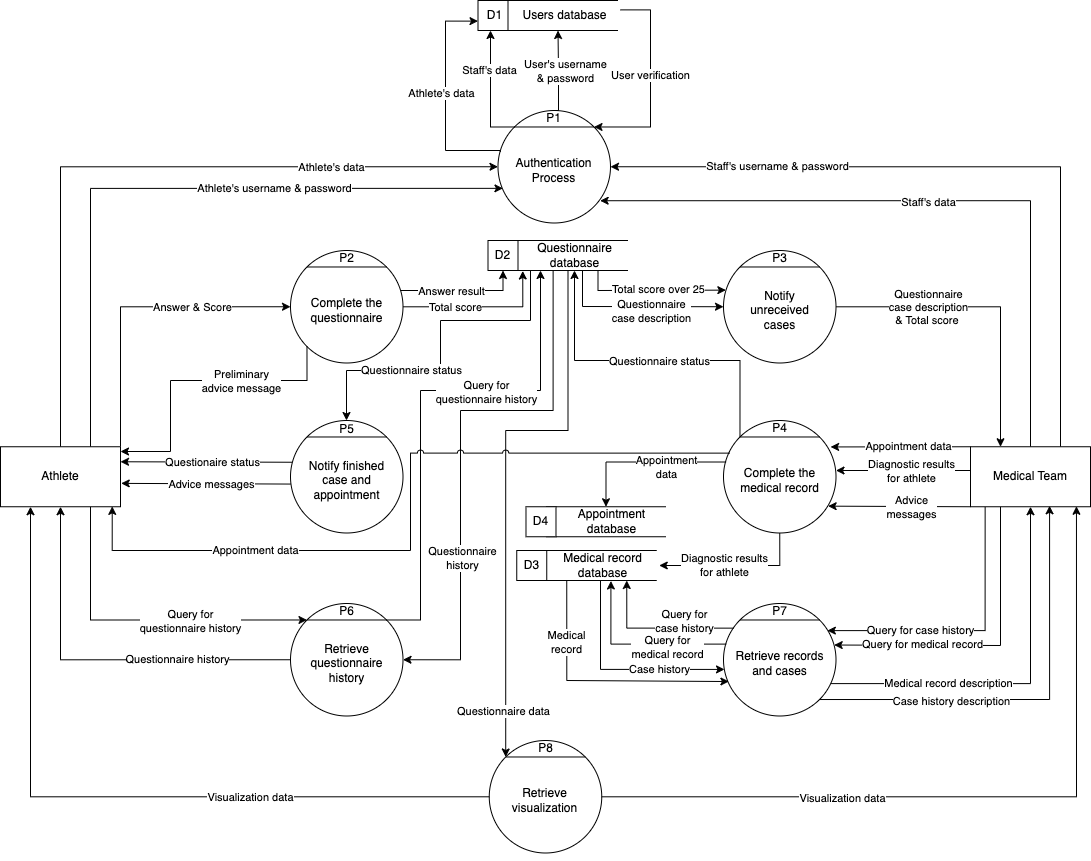
Earlier version of the draw.io export Diagram/level 1.png (Punny2001/SeniorProject). Source tidied: cells renumbered, new cells last; positions are measured from the earlier drawing's top-left corner, leaving out a move shared by most shapes.
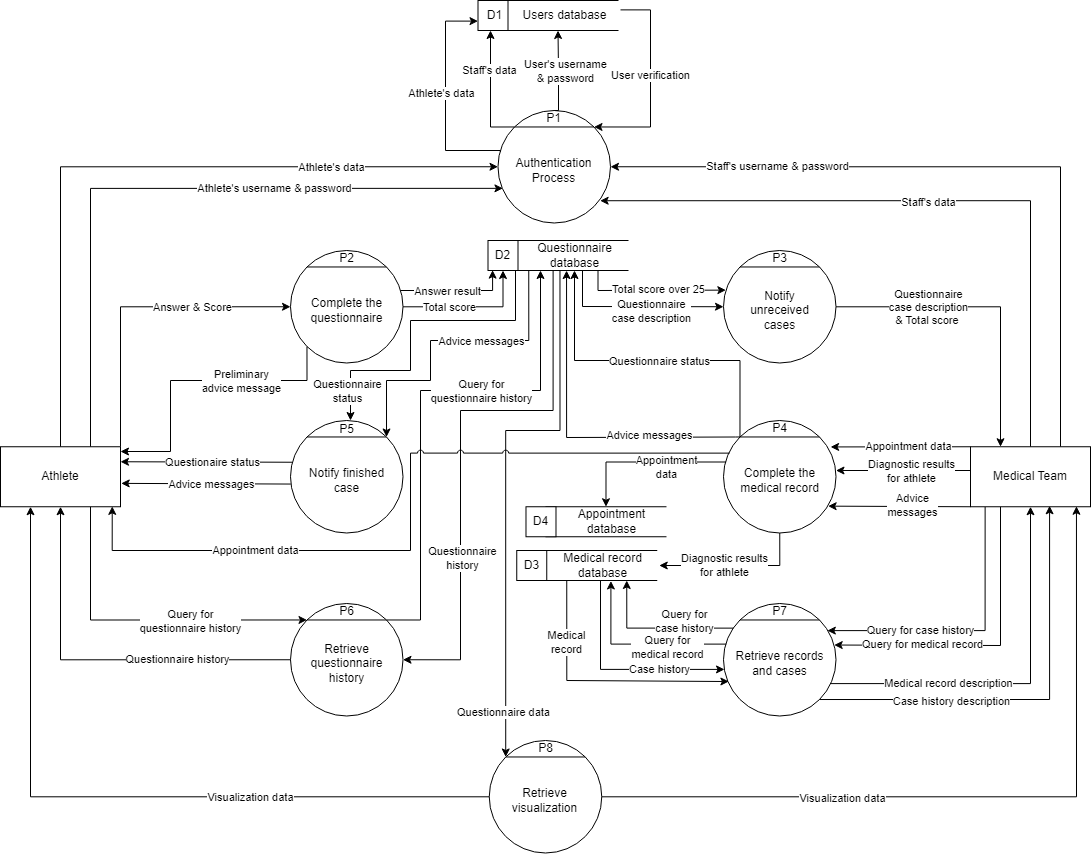
Above is the later version.

Diff of the diagram source:
```diff
@@ -182,7 +182,7 @@
     <mxCell id="45" style="ellipse;whiteSpace=wrap;html=1;rounded=0;" parent="44" vertex="1">
       <mxGeometry width="112.5" height="112.5" as="geometry" />
     </mxCell>
-    <mxCell id="46" value="Notify finished case and appointment" style="text;html=1;strokeColor=none;fillColor=none;align=center;verticalAlign=middle;whiteSpace=wrap;rounded=0;" parent="44" vertex="1">
+    <mxCell id="46" value="Notify finished case" style="text;html=1;strokeColor=none;fillColor=none;align=center;verticalAlign=middle;whiteSpace=wrap;rounded=0;" parent="44" vertex="1">
       <mxGeometry x="10.5" y="29.7" width="91.4" height="60.6" as="geometry" />
     </mxCell>
     <mxCell id="47" style="endArrow=none;html=1;rounded=0;exitX=0;exitY=0;exitDx=0;exitDy=0;entryX=1;entryY=0;entryDx=0;entryDy=0;" parent="44" edge="1" source="45" target="45">
@@ -299,11 +299,11 @@
     <mxCell id="76" value="Questionnaire database" style="text;html=1;strokeColor=none;fillColor=none;align=center;verticalAlign=middle;whiteSpace=wrap;rounded=0;" parent="72" vertex="1">
       <mxGeometry x="37.5" y="3.8" width="112.5" height="22.5" as="geometry" />
     </mxCell>
-    <mxCell id="77" style="edgeStyle=orthogonalEdgeStyle;rounded=0;sketch=0;jumpStyle=arc;jettySize=auto;html=1;strokeColor=default;entryX=0.5;entryY=1;entryDx=0;entryDy=0;" parent="1" edge="1" target="74">
+    <mxCell id="77" style="edgeStyle=orthogonalEdgeStyle;rounded=0;sketch=0;jumpStyle=arc;jettySize=auto;html=1;strokeColor=default;entryX=0.153;entryY=0.988;entryDx=0;entryDy=0;entryPerimeter=0;" parent="1" edge="1" target="74">
       <mxGeometry relative="1" as="geometry">
         <mxPoint x="400" y="290" as="sourcePoint" />
         <Array as="points">
-          <mxPoint x="503" y="290" />
+          <mxPoint x="492" y="290" />
         </Array>
       </mxGeometry>
     </mxCell>
@@ -312,7 +312,7 @@
         <mxPoint x="5" as="offset" />
       </mxGeometry>
     </mxCell>
-    <mxCell id="79" style="edgeStyle=orthogonalEdgeStyle;rounded=0;sketch=0;jumpStyle=arc;jettySize=auto;html=1;entryX=0.123;entryY=1.016;entryDx=0;entryDy=0;entryPerimeter=0;strokeColor=default;" parent="1" edge="1" source="30" target="73">
+    <mxCell id="79" style="edgeStyle=orthogonalEdgeStyle;rounded=0;sketch=0;jumpStyle=arc;jettySize=auto;html=1;entryX=0.5;entryY=1;entryDx=0;entryDy=0;strokeColor=default;" parent="1" edge="1" source="30" target="74">
       <mxGeometry relative="1" as="geometry" />
     </mxCell>
     <mxCell id="80" value="Total score" style="edgeLabel;html=1;align=center;verticalAlign=middle;" parent="79" vertex="1">
@@ -372,7 +372,9 @@
       </mxGeometry>
     </mxCell>
     <mxCell id="94" value="Advice&lt;br&gt;messages" style="edgeLabel;html=1;align=center;verticalAlign=middle;" parent="1" vertex="1">
-      <mxGeometry x="910" y="506.2" as="geometry" />
+      <mxGeometry x="910" y="506.2" as="geometry">
+        <mxPoint x="1" y="-2" as="offset" />
+      </mxGeometry>
     </mxCell>
     <mxCell id="95" style="edgeStyle=orthogonalEdgeStyle;rounded=0;sketch=0;jumpStyle=arc;jettySize=auto;html=1;entryX=1;entryY=0.25;entryDx=0;entryDy=0;strokeColor=default;exitX=0.016;exitY=0.371;exitDx=0;exitDy=0;exitPerimeter=0;" parent="1" edge="1" source="45" target="9">
       <mxGeometry relative="1" as="geometry" />
@@ -398,20 +400,20 @@
     </mxCell>
     <mxCell id="99" style="edgeStyle=orthogonalEdgeStyle;rounded=0;sketch=0;jumpStyle=arc;orthogonalLoop=1;jettySize=auto;html=1;strokeColor=default;" parent="1" edge="1">
       <mxGeometry relative="1" as="geometry">
-        <mxPoint x="530" y="270" as="sourcePoint" />
-        <mxPoint x="346" y="420" as="targetPoint" />
+        <mxPoint x="515" y="270" as="sourcePoint" />
+        <mxPoint x="350" y="420" as="targetPoint" />
         <Array as="points">
-          <mxPoint x="530" y="270" />
-          <mxPoint x="530" y="320" />
-          <mxPoint x="440" y="320" />
-          <mxPoint x="440" y="370" />
-          <mxPoint x="346" y="370" />
+          <mxPoint x="515" y="320" />
+          <mxPoint x="410" y="320" />
+          <mxPoint x="410" y="370" />
+          <mxPoint x="350" y="370" />
+          <mxPoint x="350" y="420" />
         </Array>
       </mxGeometry>
     </mxCell>
-    <mxCell id="100" value="Questionnaire status" style="edgeLabel;html=1;align=center;verticalAlign=middle;" parent="99" vertex="1">
+    <mxCell id="100" value="Questionnaire &lt;br&gt;status" style="edgeLabel;html=1;align=center;verticalAlign=middle;" parent="99" vertex="1">
       <mxGeometry x="0.01" relative="1" as="geometry">
-        <mxPoint x="-30" y="20" as="offset" />
+        <mxPoint x="-64" y="65" as="offset" />
       </mxGeometry>
     </mxCell>
     <mxCell id="101" style="edgeStyle=orthogonalEdgeStyle;rounded=0;sketch=0;jumpStyle=arc;jettySize=auto;html=1;entryX=1.006;entryY=0.61;entryDx=0;entryDy=0;strokeColor=default;exitX=0.003;exitY=0.565;exitDx=0;exitDy=0;exitPerimeter=0;entryPerimeter=0;" parent="1" edge="1" source="45" target="9">
@@ -469,7 +471,7 @@
       </mxGeometry>
     </mxCell>
     <mxCell id="112" value="Query for &lt;br&gt;questionnaire history" style="edgeLabel;html=1;align=center;verticalAlign=middle;labelBackgroundColor=default;" parent="1" vertex="1">
-      <mxGeometry x="485" y="391" as="geometry" />
+      <mxGeometry x="480" y="390" as="geometry" />
     </mxCell>
     <mxCell id="113" style="edgeStyle=orthogonalEdgeStyle;rounded=0;sketch=0;jumpStyle=arc;jettySize=auto;html=1;entryX=1;entryY=0.5;entryDx=0;entryDy=0;strokeColor=default;exitX=0.376;exitY=0.995;exitDx=0;exitDy=0;exitPerimeter=0;" parent="1" edge="1" source="73" target="50">
       <mxGeometry relative="1" as="geometry">
@@ -565,10 +567,10 @@
     <mxCell id="131" style="endArrow=none;html=1;rounded=0;exitX=0;exitY=0;exitDx=0;exitDy=0;entryX=1;entryY=0;entryDx=0;entryDy=0;" parent="126" edge="1" source="127" target="127">
       <mxGeometry relative="1" as="geometry" />
     </mxCell>
-    <mxCell id="132" style="edgeStyle=orthogonalEdgeStyle;rounded=0;jumpStyle=none;jumpSize=12;jettySize=auto;html=1;exitX=0.5;exitY=1;exitDx=0;exitDy=0;entryX=0;entryY=0;entryDx=0;entryDy=0;strokeColor=default;" parent="1" edge="1" source="73" target="127">
+    <mxCell id="132" style="edgeStyle=orthogonalEdgeStyle;rounded=0;jumpStyle=none;jumpSize=12;jettySize=auto;html=1;exitX=0.373;exitY=1.178;exitDx=0;exitDy=0;entryX=0;entryY=0;entryDx=0;entryDy=0;strokeColor=default;exitPerimeter=0;" parent="1" edge="1" source="76" target="127">
       <mxGeometry relative="1" as="geometry">
         <Array as="points">
-          <mxPoint x="568" y="430" />
+          <mxPoint x="560" y="430" />
           <mxPoint x="505" y="430" />
         </Array>
       </mxGeometry>
@@ -633,5 +635,31 @@
         <mxPoint x="-281" y="98" as="offset" />
       </mxGeometry>
     </mxCell>
+    <mxCell id="148" style="edgeStyle=orthogonalEdgeStyle;rounded=0;jettySize=auto;html=1;entryX=1;entryY=0;entryDx=0;entryDy=0;exitX=0.173;exitY=1.002;exitDx=0;exitDy=0;exitPerimeter=0;" parent="1" edge="1" source="73" target="45">
+      <mxGeometry relative="1" as="geometry">
+        <Array as="points">
+          <mxPoint x="528" y="340" />
+          <mxPoint x="430" y="340" />
+          <mxPoint x="430" y="380" />
+          <mxPoint x="386" y="380" />
+        </Array>
+      </mxGeometry>
+    </mxCell>
+    <mxCell id="149" value="Advice messages" style="edgeLabel;html=1;align=center;verticalAlign=middle;" parent="1" vertex="1">
+      <mxGeometry x="480" y="340" as="geometry" />
+    </mxCell>
+    <mxCell id="150" style="edgeStyle=orthogonalEdgeStyle;rounded=0;jettySize=auto;html=1;exitX=0;exitY=0;exitDx=0;exitDy=0;entryX=0.488;entryY=1.002;entryDx=0;entryDy=0;entryPerimeter=0;" parent="1" edge="1" source="40" target="73">
+      <mxGeometry relative="1" as="geometry">
+        <Array as="points">
+          <mxPoint x="735" y="437" />
+          <mxPoint x="566" y="437" />
+        </Array>
+      </mxGeometry>
+    </mxCell>
+    <mxCell id="151" value="Advice messages" style="edgeLabel;html=1;align=center;verticalAlign=middle;" parent="150" vertex="1">
+      <mxGeometry x="-0.42" y="-1" relative="1" as="geometry">
+        <mxPoint x="7" y="-1" as="offset" />
+      </mxGeometry>
+    </mxCell>
   </root>
 </mxGraphModel>
```
